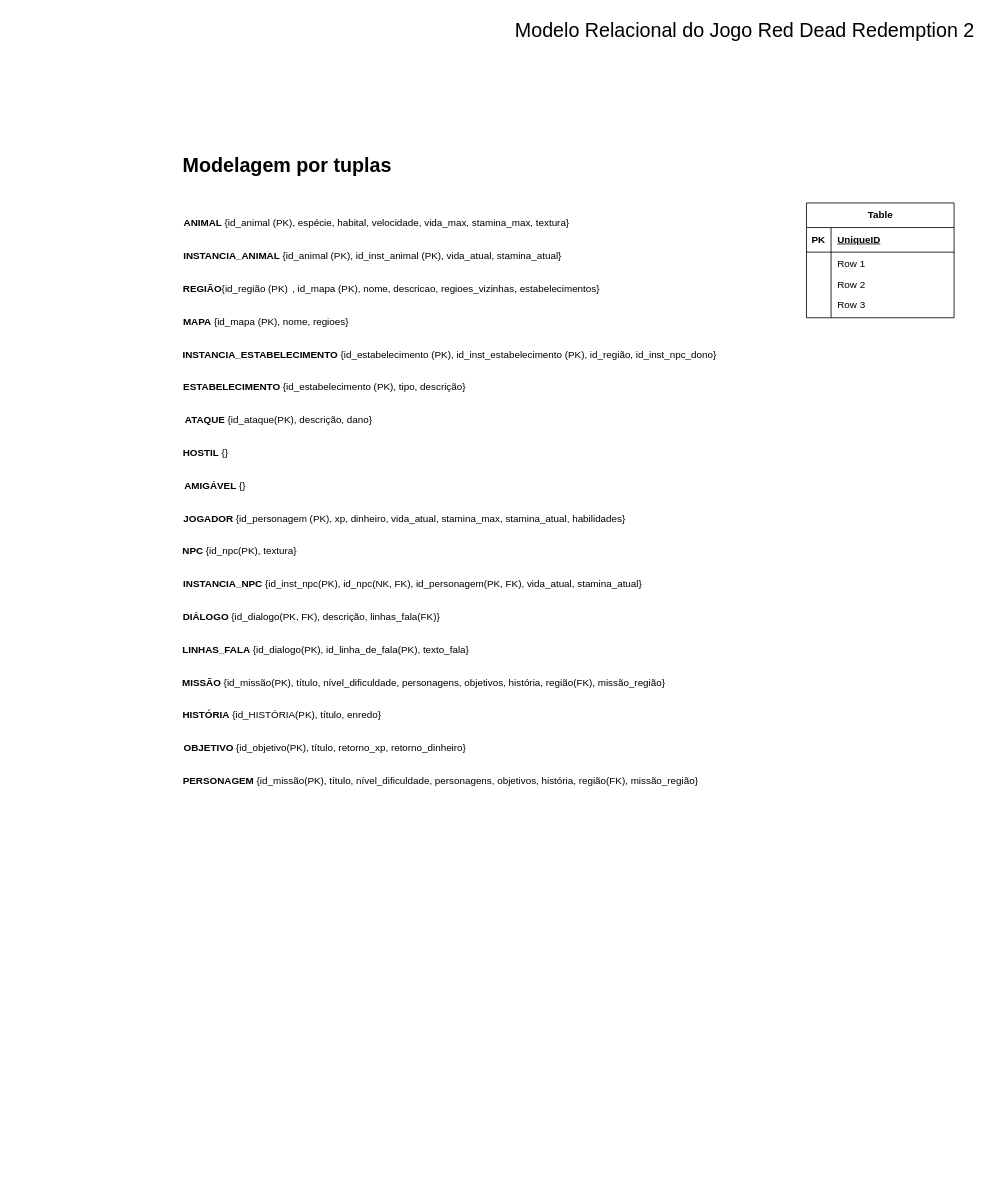
SBD1/2024.1-Red_Dead_Redemption2 keeps this draw.io diagram as entregas/entrega1/MREL/MREL.drawio. Above is the earlier version. Source tidied: cells renumbered, new cells numbered last; positions are measured from the earlier drawing's top-left corner, leaving out a move shared by most shapes. Both pictures are drawn from the tidied source at 82%, with x=0, y=0 at pixel (14, 14).
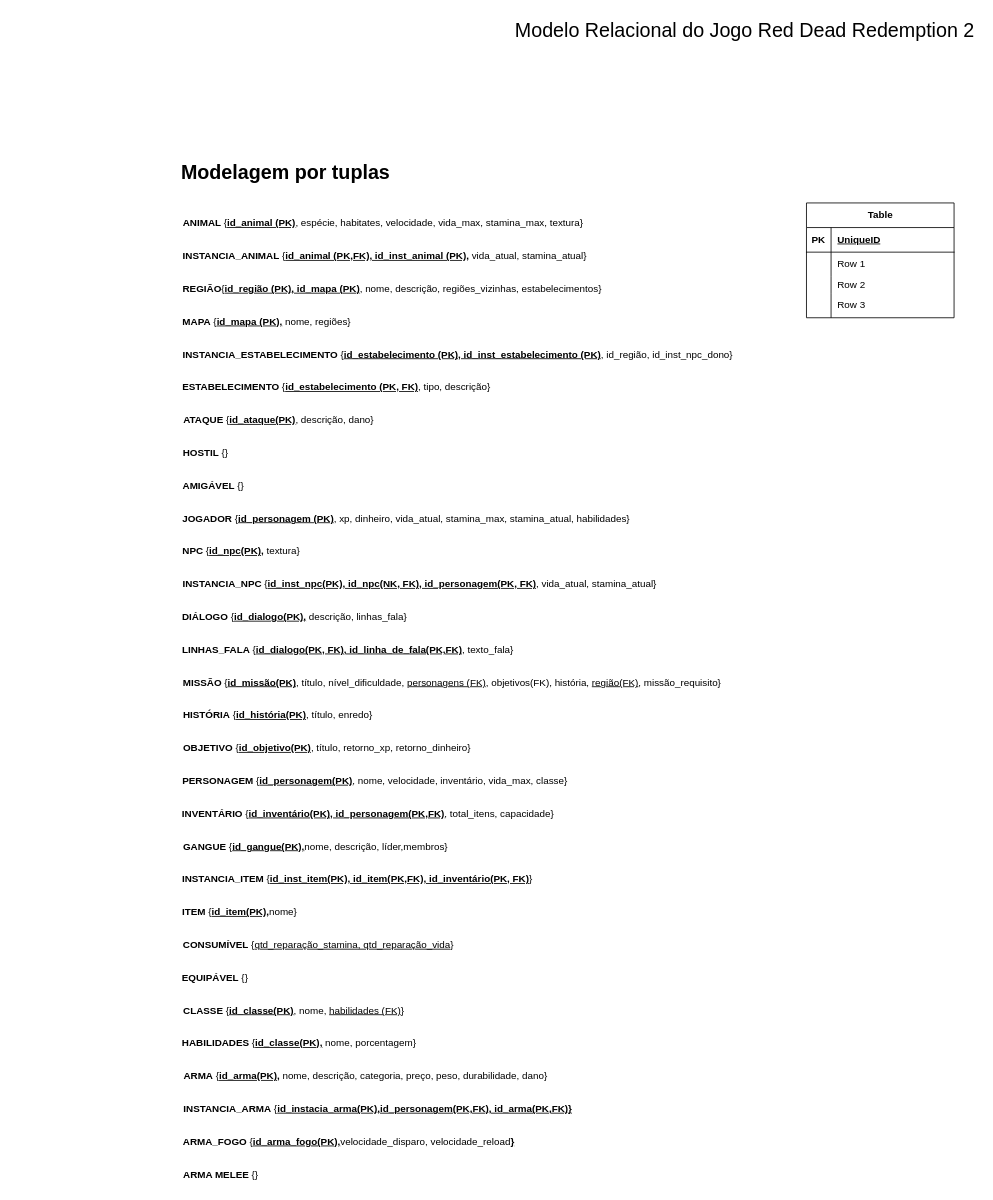
After the change.

Commit message:
Adiciona tuplas restantes ao MREL.drawio

What changed in the source:
```diff
@@
-    <mxCell id="16" value="&lt;b&gt;ANIMAL&amp;nbsp;&lt;/b&gt;{id_animal (PK), espécie, habital, velocidade, vida_max, stamina_max, textura}" style="text;html=1;align=center;verticalAlign=middle;whiteSpace=wrap;rounded=0;" parent="1" vertex="1">
-      <mxGeometry x="202" y="240" width="480" height="30" as="geometry" />
+    <mxCell id="16" value="&lt;b&gt;ANIMAL&amp;nbsp;&lt;/b&gt;{&lt;u&gt;&lt;b&gt;id_animal (PK)&lt;/b&gt;&lt;/u&gt;, espécie, habitates, velocidade, vida_max, stamina_max, textura}" style="text;html=1;align=center;verticalAlign=middle;whiteSpace=wrap;rounded=0;" parent="1" vertex="1">
+      <mxGeometry x="204" y="240" width="492" height="30" as="geometry" />
     </mxCell>
     <mxCell id="17" value="&lt;font style=&quot;font-size: 24px;&quot;&gt;&lt;b&gt;Modelagem por tuplas&lt;/b&gt;&lt;/font&gt;" style="text;html=1;align=center;verticalAlign=middle;whiteSpace=wrap;rounded=0;" parent="1" vertex="1">
-      <mxGeometry x="188" y="170" width="290" height="30" as="geometry" />
+      <mxGeometry x="186" y="178" width="290" height="30" as="geometry" />
     </mxCell>
-    <mxCell id="18" value="&lt;b&gt;INSTANCIA_ANIMAL&lt;/b&gt;&amp;nbsp;{id_animal (PK), id_inst_animal (PK), vida_atual, stamina_atual}" style="text;align=center;verticalAlign=middle;whiteSpace=wrap;rounded=0;html=1;" parent="1" vertex="1">
-      <mxGeometry x="202" y="280" width="470" height="30" as="geometry" />
+    <mxCell id="18" value="&lt;b&gt;INSTANCIA_ANIMAL&lt;/b&gt;&amp;nbsp;{&lt;u&gt;&lt;b&gt;id_animal (PK,FK), id_inst_animal (PK),&lt;/b&gt;&lt;/u&gt; vida_atual, stamina_atual}" style="text;align=center;verticalAlign=middle;whiteSpace=wrap;rounded=0;html=1;" parent="1" vertex="1">
+      <mxGeometry x="201" y="280" width="502" height="30" as="geometry" />
     </mxCell>
-    <mxCell id="19" value="&lt;b&gt;REGIÃO&lt;/b&gt;{id_região (PK)&lt;span style=&quot;white-space: pre;&quot;&gt;&#9;&lt;/span&gt;, id_mapa (PK), nome, descricao, regioes_vizinhas, estabelecimentos}" style="text;align=center;verticalAlign=middle;whiteSpace=wrap;rounded=0;html=1;" parent="1" vertex="1">
-      <mxGeometry x="200" y="320" width="520" height="30" as="geometry" />
+    <mxCell id="19" value="&lt;b&gt;REGIÃO&lt;/b&gt;{&lt;b&gt;&lt;u&gt;id_região (PK), id_mapa (PK)&lt;/u&gt;&lt;/b&gt;, nome, descrição, regiões_vizinhas, estabelecimentos}" style="text;align=center;verticalAlign=middle;whiteSpace=wrap;rounded=0;html=1;" parent="1" vertex="1">
+      <mxGeometry x="188" y="320" width="546" height="30" as="geometry" />
     </mxCell>
-    <mxCell id="20" value="&lt;b&gt;MAPA&amp;nbsp;&lt;/b&gt;{id_mapa (PK), nome, regioes}" style="text;align=center;verticalAlign=middle;whiteSpace=wrap;rounded=0;html=1;" parent="1" vertex="1">
-      <mxGeometry x="202" y="360" width="210" height="30" as="geometry" />
+    <mxCell id="20" value="&lt;b&gt;MAPA&amp;nbsp;&lt;/b&gt;{&lt;b&gt;&lt;u&gt;id_mapa (PK),&lt;/u&gt;&lt;/b&gt; nome, regiões}" style="text;align=center;verticalAlign=middle;whiteSpace=wrap;rounded=0;html=1;" parent="1" vertex="1">
+      <mxGeometry x="203" y="360" width="210" height="30" as="geometry" />
     </mxCell>
-    <mxCell id="21" value="&lt;b&gt;INSTANCIA_ESTABELECIMENTO&lt;/b&gt;&amp;nbsp;{id_estabelecimento (PK), id_inst_estabelecimento (PK), id_região, id_inst_npc_dono}" style="text;align=center;verticalAlign=middle;whiteSpace=wrap;rounded=0;html=1;" parent="1" vertex="1">
-      <mxGeometry x="204" y="400" width="654" height="30" as="geometry" />
+    <mxCell id="21" value="&lt;b&gt;INSTANCIA_ESTABELECIMENTO&lt;/b&gt;&amp;nbsp;{&lt;u&gt;&lt;b&gt;id_estabelecimento (PK), id_inst_estabelecimento (PK)&lt;/b&gt;&lt;/u&gt;, id_região, id_inst_npc_dono}" style="text;align=center;verticalAlign=middle;whiteSpace=wrap;rounded=0;html=1;" parent="1" vertex="1">
+      <mxGeometry x="200" y="400" width="682" height="30" as="geometry" />
     </mxCell>
-    <mxCell id="22" value="&lt;b&gt;ESTABELECIMENTO&lt;/b&gt;&amp;nbsp;{id_estabelecimento (PK), tipo, descrição}" style="text;align=center;verticalAlign=middle;whiteSpace=wrap;rounded=0;html=1;" parent="1" vertex="1">
-      <mxGeometry x="203" y="440" width="351" height="30" as="geometry" />
+    <mxCell id="22" value="&lt;b&gt;ESTABELECIMENTO&lt;/b&gt;&amp;nbsp;{&lt;u&gt;&lt;b&gt;id_estabelecimento (PK, FK)&lt;/b&gt;&lt;/u&gt;, tipo, descrição}" style="text;align=center;verticalAlign=middle;whiteSpace=wrap;rounded=0;html=1;" parent="1" vertex="1">
+      <mxGeometry x="201" y="440" width="384" height="30" as="geometry" />
     </mxCell>
-    <mxCell id="23" value="&lt;b&gt;ATAQUE&lt;/b&gt;&amp;nbsp;{id_ataque(PK), descrição, dano}" style="text;align=center;verticalAlign=middle;whiteSpace=wrap;rounded=0;html=1;" parent="1" vertex="1">
+    <mxCell id="23" value="&lt;b&gt;ATAQUE&lt;/b&gt;&amp;nbsp;{&lt;u&gt;&lt;b&gt;id_ataque(PK)&lt;/b&gt;&lt;/u&gt;, descrição, dano}" style="text;align=center;verticalAlign=middle;whiteSpace=wrap;rounded=0;html=1;" parent="1" vertex="1">
       <mxGeometry x="202" y="480" width="241" height="30" as="geometry" />
     </mxCell>
@@
-    <mxCell id="25" value="&lt;b&gt;AMIGÁVEL&lt;/b&gt;&amp;nbsp;{}" style="text;align=center;verticalAlign=middle;whiteSpace=wrap;rounded=0;html=1;" parent="1" vertex="1">
-      <mxGeometry x="114" y="560" width="262" height="30" as="geometry" />
+    <mxCell id="25" value="&lt;b&gt;EQUIPÁVEL&lt;/b&gt;&amp;nbsp;{}" style="text;align=center;verticalAlign=middle;whiteSpace=wrap;rounded=0;html=1;" parent="1" vertex="1">
+      <mxGeometry x="114" y="1160" width="262" height="30" as="geometry" />
     </mxCell>
-    <mxCell id="26" value="&lt;b&gt;JOGADOR&lt;/b&gt;&amp;nbsp;{id_personagem (PK), xp, dinheiro, vida_atual, stamina_max, stamina_atual, habilidades}" style="text;align=center;verticalAlign=middle;whiteSpace=wrap;rounded=0;html=1;" parent="1" vertex="1">
-      <mxGeometry x="201" y="600" width="550" height="30" as="geometry" />
+    <mxCell id="26" value="&lt;b&gt;JOGADOR&lt;/b&gt;&amp;nbsp;{&lt;b&gt;&lt;u&gt;id_personagem (PK)&lt;/u&gt;&lt;/b&gt;, xp, dinheiro, vida_atual, stamina_max, stamina_atual, habilidades}" style="text;align=center;verticalAlign=middle;whiteSpace=wrap;rounded=0;html=1;" parent="1" vertex="1">
+      <mxGeometry x="203" y="600" width="550" height="30" as="geometry" />
     </mxCell>
-    <mxCell id="27" value="&lt;b&gt;NPC&lt;/b&gt; {id_npc(PK), textura}" style="text;align=center;verticalAlign=middle;whiteSpace=wrap;rounded=0;html=1;" parent="1" vertex="1">
-      <mxGeometry y="640" width="550" height="30" as="geometry" />
+    <mxCell id="27" value="&lt;b&gt;NPC&lt;/b&gt; {&lt;u&gt;&lt;b&gt;id_npc(PK),&lt;/b&gt;&lt;/u&gt; textura}" style="text;align=center;verticalAlign=middle;whiteSpace=wrap;rounded=0;html=1;" parent="1" vertex="1">
+      <mxGeometry x="202" y="640" width="150" height="30" as="geometry" />
     </mxCell>
-    <mxCell id="28" value="&lt;b&gt;INSTANCIA_NPC&lt;/b&gt; {id_inst_npc(PK), id_npc(NK, FK), id_personagem(PK, FK), vida_atual, stamina_atual}" style="text;align=center;verticalAlign=middle;whiteSpace=wrap;rounded=0;html=1;" parent="1" vertex="1">
-      <mxGeometry x="201" y="680" width="570" height="30" as="geometry" />
+    <mxCell id="28" value="&lt;b&gt;INSTANCIA_NPC&lt;/b&gt; {&lt;u&gt;&lt;b&gt;id_inst_npc(PK), id_npc(NK, FK), id_personagem(PK, FK)&lt;/b&gt;&lt;/u&gt;, vida_atual, stamina_atual}" style="text;align=center;verticalAlign=middle;whiteSpace=wrap;rounded=0;html=1;" parent="1" vertex="1">
+      <mxGeometry x="202" y="680" width="585" height="30" as="geometry" />
     </mxCell>
-    <mxCell id="29" value="&lt;b&gt;DIÁLOGO&lt;/b&gt;&amp;nbsp;{id_dialogo(PK, FK), descrição, linhas_fala(FK)}" style="text;align=center;verticalAlign=middle;whiteSpace=wrap;rounded=0;html=1;" parent="1" vertex="1">
-      <mxGeometry x="200" y="720" width="325" height="30" as="geometry" />
+    <mxCell id="29" value="&lt;b&gt;DIÁLOGO&lt;/b&gt;&amp;nbsp;{&lt;u&gt;&lt;b&gt;id_dialogo(PK),&lt;/b&gt;&lt;/u&gt; descrição, linhas_fala}" style="text;align=center;verticalAlign=middle;whiteSpace=wrap;rounded=0;html=1;" parent="1" vertex="1">
+      <mxGeometry x="188" y="720" width="308" height="30" as="geometry" />
     </mxCell>
-    <mxCell id="30" value="&lt;b&gt;LINHAS_FALA&lt;/b&gt;&amp;nbsp;{id_dialogo(PK), id_linha_de_fala(PK), texto_fala}" style="text;align=center;verticalAlign=middle;whiteSpace=wrap;rounded=0;html=1;" parent="1" vertex="1">
-      <mxGeometry x="204" y="760" width="352" height="30" as="geometry" />
+    <mxCell id="30" value="&lt;b&gt;LINHAS_FALA&lt;/b&gt;&amp;nbsp;{&lt;u&gt;&lt;b&gt;id_dialogo(PK, FK), id_linha_de_fala(PK,FK)&lt;/b&gt;&lt;/u&gt;, texto_fala}" style="text;align=center;verticalAlign=middle;whiteSpace=wrap;rounded=0;html=1;" parent="1" vertex="1">
+      <mxGeometry x="200" y="760" width="414" height="30" as="geometry" />
     </mxCell>
-    <mxCell id="31" value="&lt;b&gt;MISSÃO&lt;/b&gt;&amp;nbsp;{id_missão(PK), título, nível_dificuldade, personagens, objetivos, história, região(FK), missão_região}" style="text;align=center;verticalAlign=middle;whiteSpace=wrap;rounded=0;html=1;" parent="1" vertex="1">
-      <mxGeometry x="203" y="800" width="593" height="30" as="geometry" />
+    <mxCell id="31" value="&lt;b&gt;MISSÃO&lt;/b&gt;&amp;nbsp;{&lt;u&gt;&lt;b&gt;id_missão(PK)&lt;/b&gt;&lt;/u&gt;, título, nível_dificuldade, &lt;u&gt;personagens (FK)&lt;/u&gt;, objetivos(FK), história, &lt;u&gt;região(FK)&lt;/u&gt;, missão_requisito}" style="text;align=center;verticalAlign=middle;whiteSpace=wrap;rounded=0;html=1;" parent="1" vertex="1">
+      <mxGeometry x="202" y="800" width="664" height="30" as="geometry" />
     </mxCell>
-    <mxCell id="32" value="&lt;div style=&quot;text-align: center;&quot;&gt;&lt;span style=&quot;background-color: initial; text-align: start;&quot;&gt;&lt;b&gt;HISTÓRIA&lt;/b&gt;&lt;/span&gt;&lt;span style=&quot;background-color: initial;&quot;&gt;&amp;nbsp;{id_HISTÓRIA(PK), título, enredo}&lt;/span&gt;&lt;/div&gt;" style="text;align=center;verticalAlign=middle;whiteSpace=wrap;rounded=0;html=1;" parent="1" vertex="1">
-      <mxGeometry x="200" y="840" width="253" height="30" as="geometry" />
+    <mxCell id="32" value="&lt;div style=&quot;text-align: center;&quot;&gt;&lt;span style=&quot;background-color: initial; text-align: start;&quot;&gt;&lt;b&gt;HISTÓRIA&lt;/b&gt;&lt;/span&gt;&lt;span style=&quot;background-color: initial;&quot;&gt;&amp;nbsp;{&lt;u&gt;&lt;b&gt;id_história(PK)&lt;/b&gt;&lt;/u&gt;, título, enredo}&lt;/span&gt;&lt;/div&gt;" style="text;align=center;verticalAlign=middle;whiteSpace=wrap;rounded=0;html=1;" parent="1" vertex="1">
+      <mxGeometry x="195" y="840" width="253" height="30" as="geometry" />
     </mxCell>
-    <mxCell id="33" value="&lt;div style=&quot;text-align: center;&quot;&gt;&lt;span style=&quot;background-color: initial; text-align: start;&quot;&gt;&lt;b&gt;OBJETIVO&lt;/b&gt;&lt;/span&gt;&lt;span style=&quot;background-color: initial;&quot;&gt;&amp;nbsp;{id_objetivo(PK), título, retorno_xp, retorno_dinheiro}&lt;/span&gt;&lt;/div&gt;" style="text;align=center;verticalAlign=middle;whiteSpace=wrap;rounded=0;html=1;" parent="1" vertex="1">
-      <mxGeometry x="203" y="880" width="352" height="30" as="geometry" />
+    <mxCell id="33" value="&lt;div style=&quot;text-align: center;&quot;&gt;&lt;span style=&quot;background-color: initial; text-align: start;&quot;&gt;&lt;b&gt;OBJETIVO&lt;/b&gt;&lt;/span&gt;&lt;span style=&quot;background-color: initial;&quot;&gt;&amp;nbsp;{&lt;u&gt;&lt;b&gt;id_objetivo(PK)&lt;/b&gt;&lt;/u&gt;, título, retorno_xp, retorno_dinheiro}&lt;/span&gt;&lt;/div&gt;" style="text;align=center;verticalAlign=middle;whiteSpace=wrap;rounded=0;html=1;" parent="1" vertex="1">
+      <mxGeometry x="200" y="880" width="363" height="30" as="geometry" />
     </mxCell>
-    <mxCell id="34" value="&lt;div style=&quot;text-align: center;&quot;&gt;&lt;span style=&quot;background-color: initial; text-align: start;&quot;&gt;&lt;b&gt;PERSONAGEM&lt;/b&gt;&lt;/span&gt;&lt;span style=&quot;background-color: initial;&quot;&gt;&amp;nbsp;{id_missão(PK), título, nível_dificuldade, personagens, objetivos, história, região(FK), missão_região}&lt;/span&gt;&lt;/div&gt;" style="text;align=center;verticalAlign=middle;whiteSpace=wrap;rounded=0;html=1;" parent="1" vertex="1">
-      <mxGeometry x="204" y="920" width="632" height="30" as="geometry" />
+    <mxCell id="34" value="&lt;div style=&quot;text-align: center;&quot;&gt;&lt;span style=&quot;background-color: initial; text-align: start;&quot;&gt;&lt;b&gt;PERSONAGEM&lt;/b&gt;&lt;/span&gt;&lt;span style=&quot;background-color: initial;&quot;&gt;&amp;nbsp;{&lt;u&gt;&lt;b&gt;id_personagem(PK)&lt;/b&gt;&lt;/u&gt;, nome, velocidade, inventário, vida_max, classe}&lt;/span&gt;&lt;/div&gt;" style="text;align=center;verticalAlign=middle;whiteSpace=wrap;rounded=0;html=1;" parent="1" vertex="1">
+      <mxGeometry x="202" y="920" width="476" height="30" as="geometry" />
     </mxCell>
+    <mxCell id="35" value="&lt;div style=&quot;text-align: center;&quot;&gt;&lt;span style=&quot;background-color: initial; text-align: start;&quot;&gt;&lt;b&gt;INSTANCIA_ITEM&lt;/b&gt;&lt;/span&gt;&lt;span style=&quot;background-color: initial;&quot;&gt;&amp;nbsp;{&lt;b&gt;&lt;u&gt;id_inst_item(PK), id_item(PK,FK), id_inventário(PK, FK)&lt;/u&gt;&lt;/b&gt;}&lt;/span&gt;&lt;/div&gt;" style="text;align=center;verticalAlign=middle;whiteSpace=wrap;rounded=0;html=1;" parent="1" vertex="1">
+      <mxGeometry x="200" y="1040" width="437" height="30" as="geometry" />
+    </mxCell>
+    <mxCell id="36" value="&lt;div style=&quot;text-align: center;&quot;&gt;&lt;span style=&quot;background-color: initial; text-align: start;&quot;&gt;&lt;b&gt;INVENTÁRIO&lt;/b&gt;&lt;/span&gt;&lt;span style=&quot;background-color: initial;&quot;&gt;&amp;nbsp;{&lt;u&gt;&lt;b&gt;id_inventário(PK), id_personagem(PK,FK)&lt;/b&gt;&lt;/u&gt;, total_itens, capacidade}&lt;/span&gt;&lt;/div&gt;" style="text;align=center;verticalAlign=middle;whiteSpace=wrap;rounded=0;html=1;" parent="1" vertex="1">
+      <mxGeometry x="200" y="960" width="463" height="30" as="geometry" />
+    </mxCell>
+    <mxCell id="37" value="&lt;div style=&quot;text-align: center;&quot;&gt;&lt;span style=&quot;background-color: initial; text-align: start;&quot;&gt;&lt;b&gt;GANGUE&lt;/b&gt;&lt;/span&gt;&lt;span style=&quot;background-color: initial;&quot;&gt;&amp;nbsp;{&lt;u style=&quot;font-weight: bold;&quot;&gt;id_gangue(PK),&lt;/u&gt;nome, descrição, líder,membros}&lt;/span&gt;&lt;/div&gt;" style="text;align=center;verticalAlign=middle;whiteSpace=wrap;rounded=0;html=1;" parent="1" vertex="1">
+      <mxGeometry x="200" y="1000" width="335" height="30" as="geometry" />
+    </mxCell>
+    <mxCell id="38" value="&lt;div style=&quot;text-align: center;&quot;&gt;&lt;span style=&quot;background-color: initial; text-align: start;&quot;&gt;&lt;b&gt;ITEM&lt;/b&gt;&lt;/span&gt;&lt;span style=&quot;background-color: initial;&quot;&gt;&amp;nbsp;{&lt;u style=&quot;font-weight: bold;&quot;&gt;id_item(PK),&lt;/u&gt;nome}&lt;/span&gt;&lt;/div&gt;" style="text;align=center;verticalAlign=middle;whiteSpace=wrap;rounded=0;html=1;" parent="1" vertex="1">
+      <mxGeometry x="205" y="1080" width="140" height="30" as="geometry" />
+    </mxCell>
+    <mxCell id="39" value="&lt;div style=&quot;text-align: center;&quot;&gt;&lt;span style=&quot;background-color: initial; text-align: start;&quot;&gt;&lt;b&gt;CONSUMÍVEL&lt;/b&gt;&lt;/span&gt;&lt;span style=&quot;background-color: initial;&quot;&gt;&amp;nbsp;{&lt;u&gt;qtd_reparação_stamina, qtd_reparação_vida&lt;/u&gt;}&lt;/span&gt;&lt;/div&gt;" style="text;align=center;verticalAlign=middle;whiteSpace=wrap;rounded=0;html=1;" parent="1" vertex="1">
+      <mxGeometry x="202" y="1120" width="338" height="30" as="geometry" />
+    </mxCell>
+    <mxCell id="40" value="&lt;b&gt;AMIGÁVEL&lt;/b&gt;&amp;nbsp;{}" style="text;align=center;verticalAlign=middle;whiteSpace=wrap;rounded=0;html=1;" parent="1" vertex="1">
+      <mxGeometry x="111.5" y="560" width="262" height="30" as="geometry" />
+    </mxCell>
+    <mxCell id="41" value="&lt;b&gt;CLASSE&lt;/b&gt; {&lt;b&gt;&lt;u&gt;id_classe(PK)&lt;/u&gt;&lt;/b&gt;, nome, &lt;u&gt;habilidades (FK)&lt;/u&gt;}" style="text;align=center;verticalAlign=middle;whiteSpace=wrap;rounded=0;html=1;" parent="1" vertex="1">
+      <mxGeometry x="200" y="1200" width="282" height="30" as="geometry" />
+    </mxCell>
+    <mxCell id="42" value="&lt;b&gt;ARMA&lt;/b&gt; {&lt;u&gt;&lt;b&gt;id_arma(PK),&lt;/b&gt;&lt;/u&gt; nome, descrição, categoria, preço, peso, durabilidade, dano}" style="text;align=center;verticalAlign=middle;whiteSpace=wrap;rounded=0;html=1;" parent="1" vertex="1">
+      <mxGeometry x="202" y="1280" width="453" height="30" as="geometry" />
+    </mxCell>
+    <mxCell id="43" value="&lt;b&gt;INSTANCIA_ARMA&lt;/b&gt; {&lt;u&gt;&lt;b&gt;id_instacia_arma(PK),id_personagem(PK,FK),&amp;nbsp;id_arma(PK,FK)}&lt;/b&gt;&lt;/u&gt;" style="text;align=center;verticalAlign=middle;whiteSpace=wrap;rounded=0;html=1;" parent="1" vertex="1">
+      <mxGeometry x="203" y="1320" width="481" height="30" as="geometry" />
+    </mxCell>
+    <mxCell id="44" value="&lt;b&gt;HABILIDADES&lt;/b&gt;&amp;nbsp;{&lt;u&gt;&lt;b&gt;id_classe(PK),&lt;/b&gt;&lt;/u&gt; nome, porcentagem}" style="text;align=center;verticalAlign=middle;whiteSpace=wrap;rounded=0;html=1;" parent="1" vertex="1">
+      <mxGeometry x="202" y="1240" width="291" height="30" as="geometry" />
+    </mxCell>
+    <mxCell id="45" value="&lt;b&gt;ARMA_FOGO&lt;/b&gt;&amp;nbsp;{&lt;b style=&quot;text-decoration-line: underline;&quot;&gt;id_arma_fogo(PK),&lt;/b&gt;velocidade_disparo, velocidade_reload&lt;b style=&quot;text-decoration-line: underline;&quot;&gt;}&lt;/b&gt;" style="text;align=center;verticalAlign=middle;whiteSpace=wrap;rounded=0;html=1;" parent="1" vertex="1">
+      <mxGeometry x="201" y="1360" width="414" height="30" as="geometry" />
+    </mxCell>
+    <mxCell id="46" value="&lt;b&gt;ARMA MELEE&lt;/b&gt;&amp;nbsp;{}" style="text;align=center;verticalAlign=middle;whiteSpace=wrap;rounded=0;html=1;" parent="1" vertex="1">
+      <mxGeometry x="201" y="1400" width="102" height="30" as="geometry" />
+    </mxCell>
```
